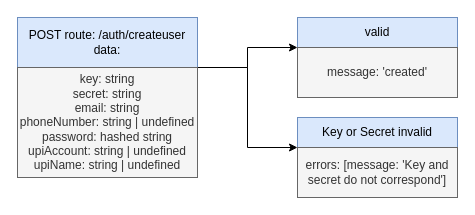
papaya147/verbose-engine keeps this draw.io diagram as page "Auth" (2 of 2) of API Requests.drawio. Above is the earlier version. Source tidied: cells renumbered, new cells numbered last; positions are measured from the earlier drawing's top-left corner, leaving out a move shared by most shapes. Both pictures are drawn from the tidied source at 100%, with x=0, y=0 at pixel (17, 17).
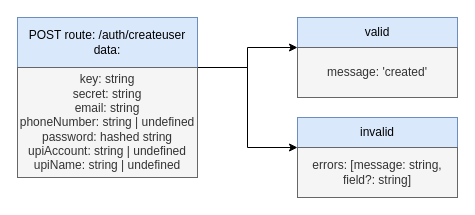
The same diagram, later.

The edit, as a diff of the source:
```diff
@@
 <mxGraphModel>
   <root>
     <mxCell id="0" />
     <mxCell id="1" parent="0" />
     <mxCell id="2" value="POST route: /auth/createuser&lt;br&gt;data:" style="rounded=0;whiteSpace=wrap;html=1;fillColor=#dae8fc;strokeColor=#6c8ebf;" parent="1" vertex="1">
       <mxGeometry width="180" height="50" as="geometry" />
     </mxCell>
     <mxCell id="3" style="edgeStyle=orthogonalEdgeStyle;rounded=0;jettySize=auto;html=1;exitX=1;exitY=0;exitDx=0;exitDy=0;entryX=0;entryY=0;entryDx=0;entryDy=0;" parent="1" edge="1" source="5" target="7">
       <mxGeometry relative="1" as="geometry">
         <Array as="points">
           <mxPoint x="230" y="50" />
           <mxPoint x="230" y="30" />
         </Array>
       </mxGeometry>
     </mxCell>
     <mxCell id="4" style="edgeStyle=orthogonalEdgeStyle;rounded=0;jettySize=auto;html=1;exitX=1;exitY=0;exitDx=0;exitDy=0;entryX=0;entryY=0;entryDx=0;entryDy=0;" parent="1" edge="1" source="5" target="9">
       <mxGeometry relative="1" as="geometry">
         <Array as="points">
           <mxPoint x="230" y="50" />
           <mxPoint x="230" y="130" />
         </Array>
       </mxGeometry>
     </mxCell>
     <mxCell id="5" value="key: string&lt;br&gt;secret: string&lt;br&gt;email: string&lt;br&gt;phoneNumber: string | undefined&lt;br&gt;password: hashed string&lt;br&gt;upiAccount: string | undefined&lt;br&gt;upiName: string | undefined" style="rounded=0;whiteSpace=wrap;html=1;fillColor=#f5f5f5;strokeColor=#666666;fontColor=#333333;" parent="1" vertex="1">
       <mxGeometry y="50" width="180" height="110" as="geometry" />
     </mxCell>
     <mxCell id="6" value="valid" style="rounded=0;whiteSpace=wrap;html=1;fillColor=#dae8fc;strokeColor=#6c8ebf;" parent="1" vertex="1">
       <mxGeometry x="280" width="160" height="30" as="geometry" />
     </mxCell>
     <mxCell id="7" value="message: 'created'" style="rounded=0;whiteSpace=wrap;html=1;fillColor=#f5f5f5;strokeColor=#666666;fontColor=#333333;" parent="1" vertex="1">
       <mxGeometry x="280" y="30" width="160" height="50" as="geometry" />
     </mxCell>
-    <mxCell id="8" value="Key or Secret invalid" style="rounded=0;whiteSpace=wrap;html=1;fillColor=#dae8fc;strokeColor=#6c8ebf;" parent="1" vertex="1">
+    <mxCell id="8" value="invalid" style="rounded=0;whiteSpace=wrap;html=1;fillColor=#dae8fc;strokeColor=#6c8ebf;" parent="1" vertex="1">
       <mxGeometry x="280" y="100" width="160" height="30" as="geometry" />
     </mxCell>
-    <mxCell id="9" value="errors: [message: 'Key and secret do not correspond']" style="rounded=0;whiteSpace=wrap;html=1;fillColor=#f5f5f5;strokeColor=#666666;fontColor=#333333;align=center;" parent="1" vertex="1">
+    <mxCell id="9" value="errors: [message: string, field?: string]" style="rounded=0;whiteSpace=wrap;html=1;fillColor=#f5f5f5;strokeColor=#666666;fontColor=#333333;align=center;" parent="1" vertex="1">
       <mxGeometry x="280" y="130" width="160" height="50" as="geometry" />
     </mxCell>
   </root>
 </mxGraphModel>
```
